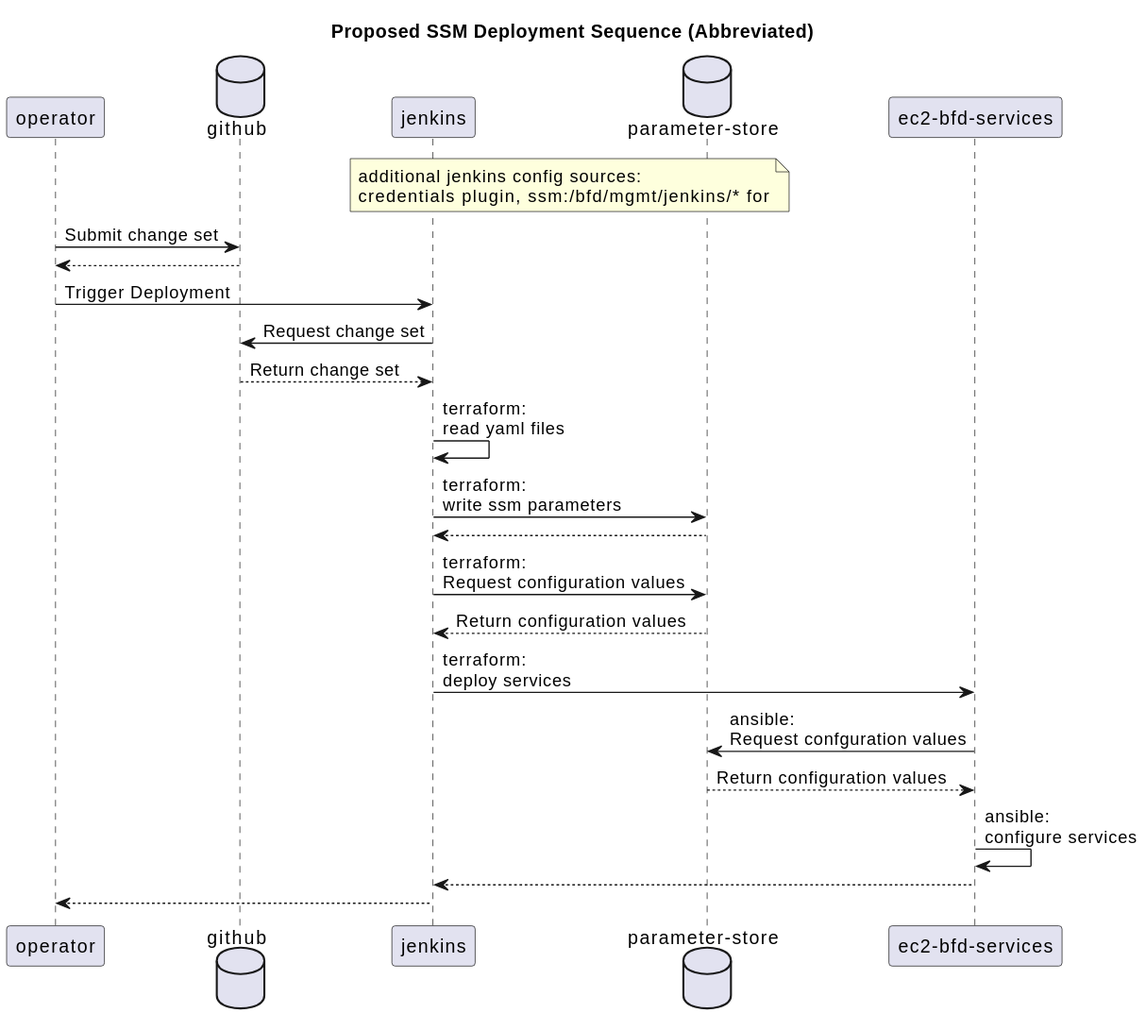
The PlantUML diagram rfcs/resources/0000-proposed-ssm-deployment.svg in CMSgov/beneficiary-fhir-data, before a commit.
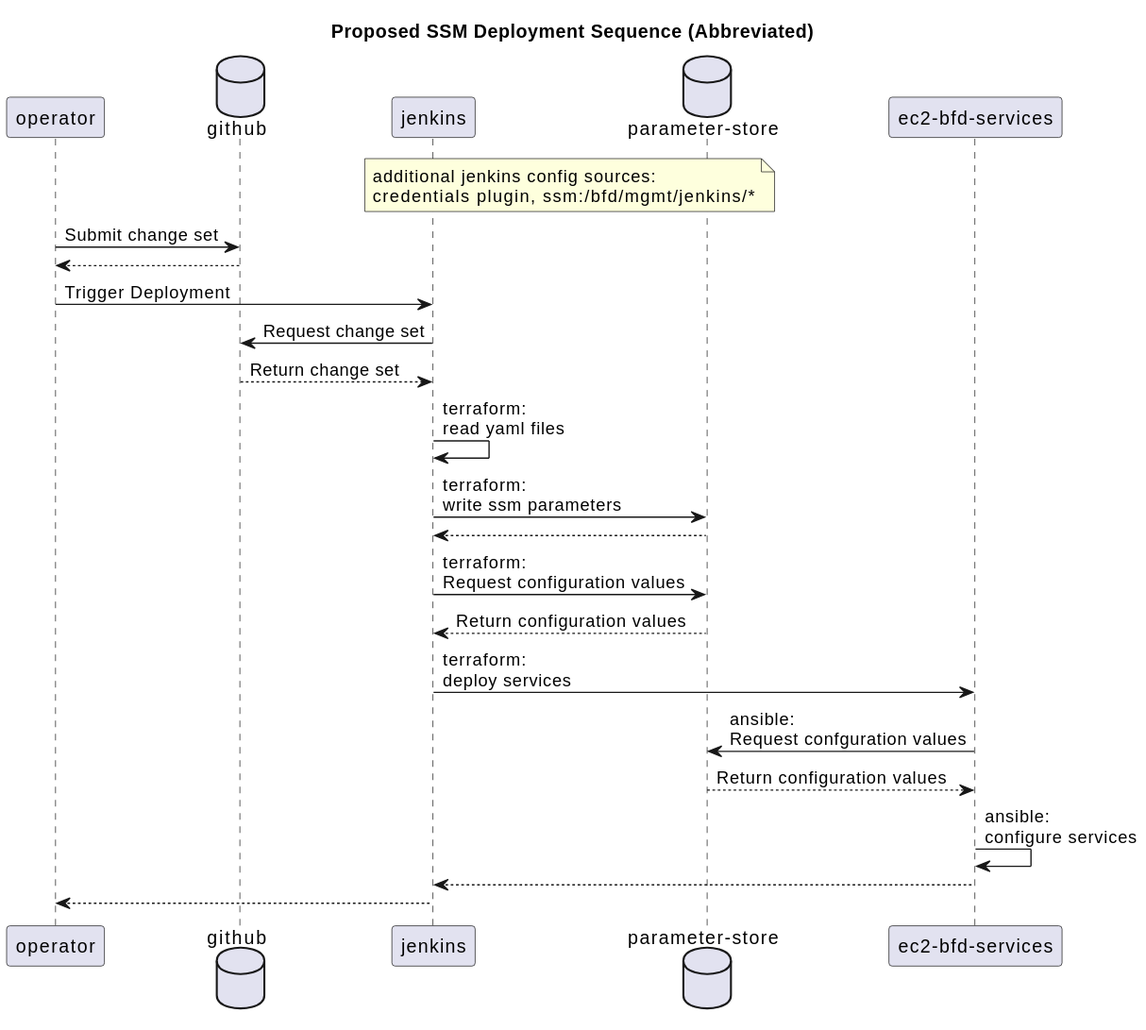
After the change.

The edit, as a diff of the source:
```diff
@@ -5,7 +5,7 @@
 participant jenkins
 database "parameter-store"
 participant "ec2-bfd-services"
-note over jenkins,"parameter-store": additional jenkins config sources:\ncredentials plugin, ssm:/bfd/mgmt/jenkins/* for
+note over jenkins,"parameter-store": additional jenkins config sources:\ncredentials plugin, ssm:/bfd/mgmt/jenkins/*
 operator -> github: Submit change set
 github --> operator
 operator -> jenkins: Trigger Deployment
```
